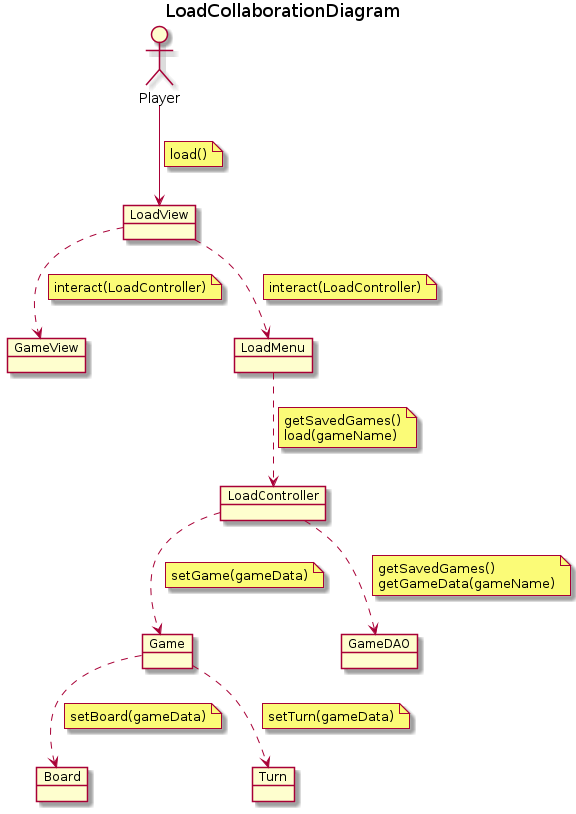
Before: docs/output/analysis/use-cases/LoadCollaborationDiagram.png, a diagram exported from PlantUML (Master-Desarrollo-20-21/patrones-diseno---practica-final---juego-de-las-damas-fraylopez). The source it was exported from:
```plantuml
@startuml LoadCollaborationDiagram
title LoadCollaborationDiagram
allow_mixing

actor Player
object LoadController

object Board
object Game
object Turn
object GameView
object LoadView
object LoadMenu
object GameDAO

Player --> LoadView
note on link
    load()
end note
LoadView ..> LoadMenu
note on link
    interact(LoadController)
end note
LoadView ..> GameView
note on link
    interact(LoadController)
end note
LoadMenu ..> LoadController
note on link
    getSavedGames()
    load(gameName)
end note

LoadController ..> GameDAO
note on link
    getSavedGames()
    getGameData(gameName)
end note
LoadController ..> Game
note on link
    setGame(gameData)
end note
Game ..> Turn
note on link
    setTurn(gameData)
end note
Game ..> Board
note on link
    setBoard(gameData)
end note

@enduml
```
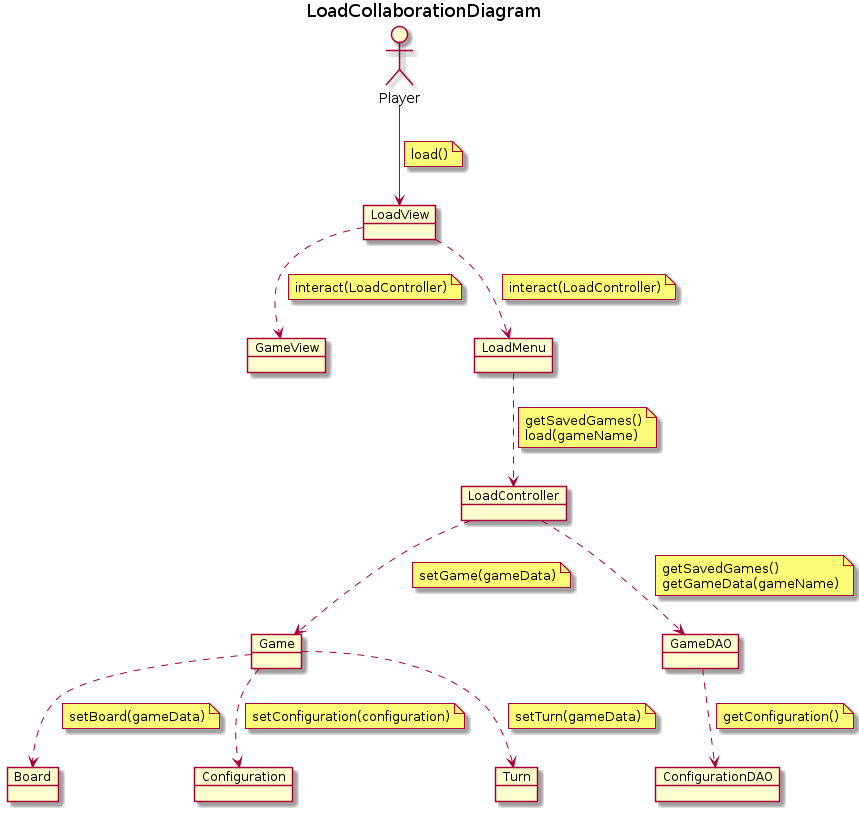
After the change.

What changed in the source:
```diff
@@ -7,11 +7,13 @@
 
 object Board
 object Game
+object Configuration
 object Turn
 object GameView
 object LoadView
 object LoadMenu
 object GameDAO
+object ConfigurationDAO
 
 Player --> LoadView
 note on link
@@ -36,6 +38,10 @@
     getSavedGames()
     getGameData(gameName)
 end note
+GameDAO ..> ConfigurationDAO
+note on link
+    getConfiguration()
+end note
 LoadController ..> Game
 note on link
     setGame(gameData)
@@ -48,5 +54,9 @@
 note on link
     setBoard(gameData)
 end note
+Game ..> Configuration
+note on link
+    setConfiguration(configuration)
+end note
 
 @enduml
```
